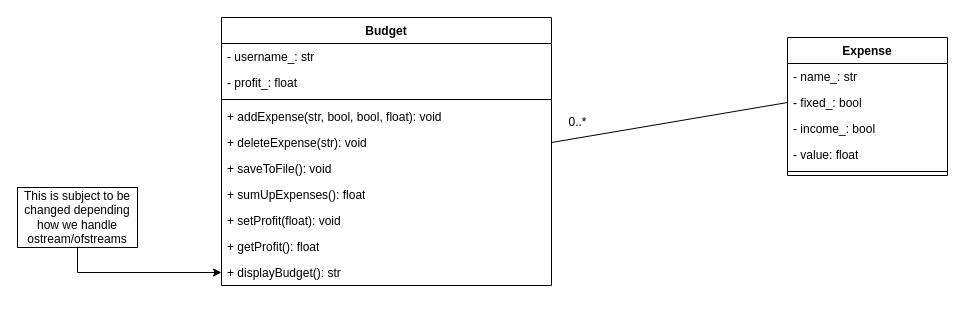
The draw.io diagram docs/budget_class_diagram.drawio in bruhe002/budgeting-tool, before the edit. Source tidied: cells renumbered, new cells numbered last; positions are measured from the earlier drawing's top-left corner, leaving out a move shared by most shapes. Both pictures are drawn from the tidied source at 100%, with x=0, y=0 at pixel (17, 17).
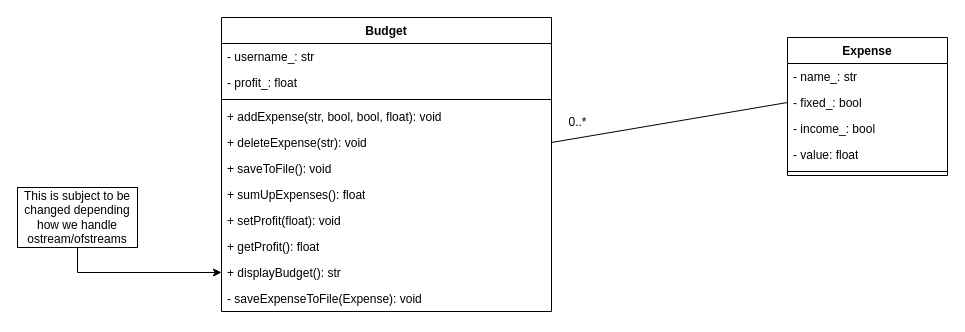
Above is the later version.

Change to the diagram source:
```diff
@@
     <mxCell id="9" value="Budget" style="swimlane;fontStyle=1;align=center;verticalAlign=top;horizontal=1;startSize=26;whiteSpace=wrap;html=1;" parent="1" vertex="1">
-      <mxGeometry x="204" width="330" height="268" as="geometry" />
+      <mxGeometry x="204" width="330" height="294" as="geometry" />
     </mxCell>
@@
+    <mxCell id="23" value="- saveExpenseToFile(Expense): void" style="text;strokeColor=none;fillColor=none;align=left;verticalAlign=top;spacingLeft=4;spacingRight=4;overflow=hidden;whiteSpace=wrap;html=1;" parent="9" vertex="1">
+      <mxGeometry y="268" width="330" height="26" as="geometry" />
+    </mxCell>
```
